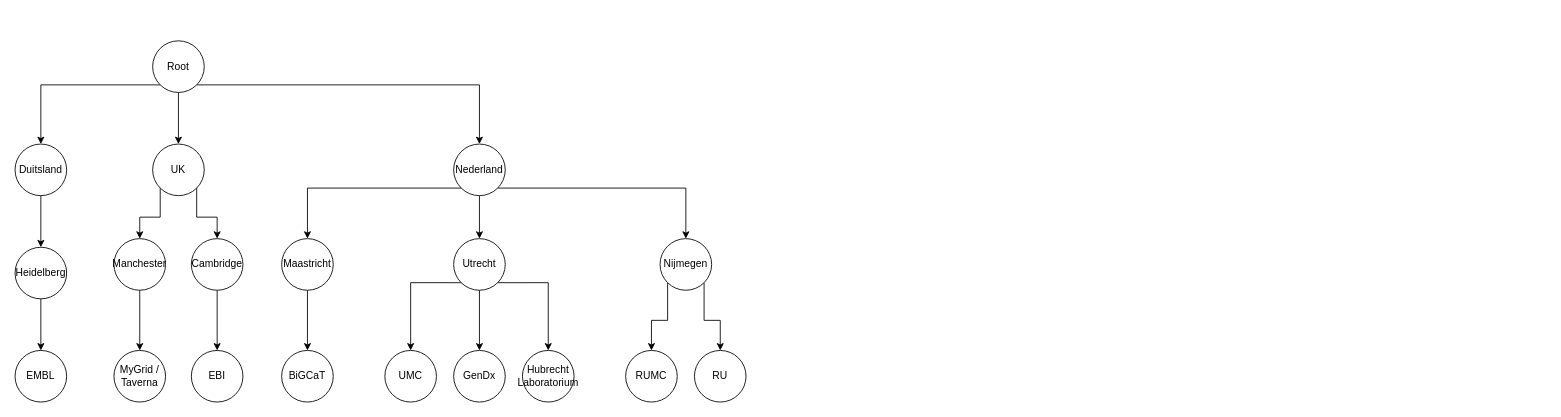
Above: Untitled Diagram.drawio in BramUt-Afvinkopdrachten/Blok6-Afvinkopdracht4 (draw.io), before the change. Source tidied: cells renumbered, new cells numbered last; positions are measured from the earlier drawing's top-left corner, leaving out a move shared by most shapes. Both pictures are drawn from the tidied source at 86%, with x=0, y=0 at pixel (15, 40).
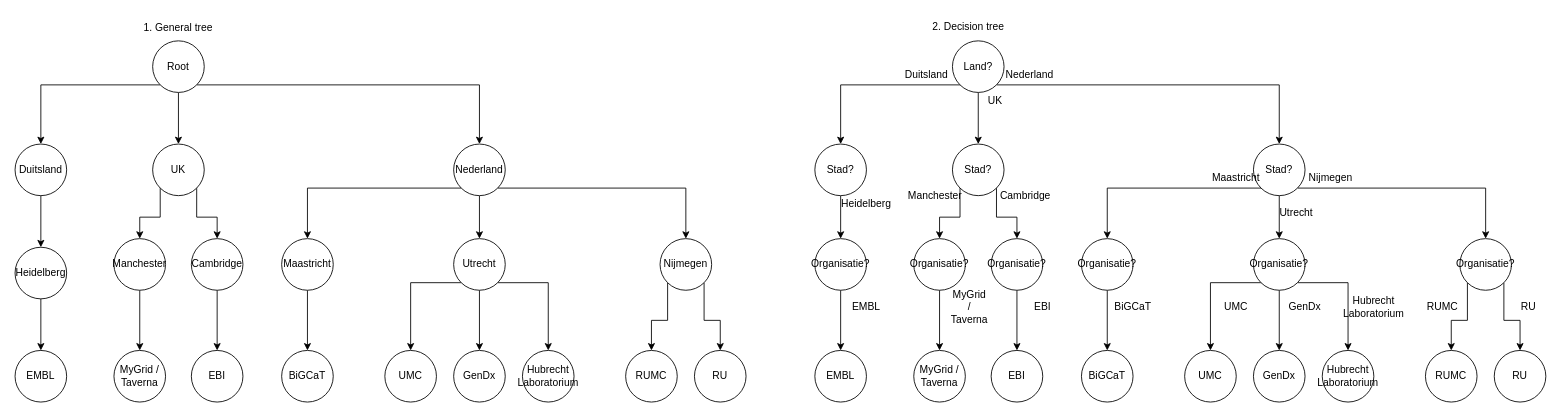
The same page after the edit.

What changed in the source:
```diff
@@
+    <mxCell id="39" style="edgeStyle=orthogonalEdgeStyle;rounded=0;jettySize=auto;html=1;exitX=1;exitY=1;exitDx=0;exitDy=0;" parent="1" edge="1" source="42" target="46">
+      <mxGeometry relative="1" as="geometry" />
+    </mxCell>
+    <mxCell id="40" style="edgeStyle=orthogonalEdgeStyle;rounded=0;jettySize=auto;html=1;exitX=0.5;exitY=1;exitDx=0;exitDy=0;entryX=0.5;entryY=0;entryDx=0;entryDy=0;" parent="1" edge="1" source="42" target="54">
+      <mxGeometry relative="1" as="geometry" />
+    </mxCell>
+    <mxCell id="41" style="edgeStyle=orthogonalEdgeStyle;rounded=0;jettySize=auto;html=1;exitX=0;exitY=1;exitDx=0;exitDy=0;entryX=0.5;entryY=0;entryDx=0;entryDy=0;" parent="1" edge="1" source="42" target="51">
+      <mxGeometry relative="1" as="geometry" />
+    </mxCell>
+    <mxCell id="42" value="Land?" style="ellipse;whiteSpace=wrap;html=1;" parent="1" vertex="1">
+      <mxGeometry x="1090" width="60" height="60" as="geometry" />
+    </mxCell>
+    <mxCell id="43" style="edgeStyle=orthogonalEdgeStyle;rounded=0;jettySize=auto;html=1;exitX=0;exitY=1;exitDx=0;exitDy=0;entryX=0.5;entryY=0;entryDx=0;entryDy=0;" parent="1" edge="1" source="46" target="58">
+      <mxGeometry relative="1" as="geometry" />
+    </mxCell>
+    <mxCell id="44" style="edgeStyle=orthogonalEdgeStyle;rounded=0;jettySize=auto;html=1;exitX=0.5;exitY=1;exitDx=0;exitDy=0;entryX=0.5;entryY=0;entryDx=0;entryDy=0;" parent="1" edge="1" source="46" target="62">
+      <mxGeometry relative="1" as="geometry" />
+    </mxCell>
+    <mxCell id="45" style="edgeStyle=orthogonalEdgeStyle;rounded=0;jettySize=auto;html=1;exitX=1;exitY=1;exitDx=0;exitDy=0;entryX=0.5;entryY=0;entryDx=0;entryDy=0;" parent="1" edge="1" source="46" target="49">
+      <mxGeometry relative="1" as="geometry" />
+    </mxCell>
+    <mxCell id="46" value="Stad?" style="ellipse;whiteSpace=wrap;html=1;" parent="1" vertex="1">
+      <mxGeometry x="1440" y="120" width="60" height="60" as="geometry" />
+    </mxCell>
+    <mxCell id="47" style="edgeStyle=orthogonalEdgeStyle;rounded=0;jettySize=auto;html=1;exitX=0;exitY=1;exitDx=0;exitDy=0;entryX=0.5;entryY=0;entryDx=0;entryDy=0;" parent="1" edge="1" source="49" target="71">
+      <mxGeometry relative="1" as="geometry" />
+    </mxCell>
+    <mxCell id="48" style="edgeStyle=orthogonalEdgeStyle;rounded=0;jettySize=auto;html=1;exitX=1;exitY=1;exitDx=0;exitDy=0;" parent="1" edge="1" source="49" target="72">
+      <mxGeometry relative="1" as="geometry" />
+    </mxCell>
+    <mxCell id="49" value="Organisatie?" style="ellipse;whiteSpace=wrap;html=1;" parent="1" vertex="1">
+      <mxGeometry x="1680" y="230" width="60" height="60" as="geometry" />
+    </mxCell>
+    <mxCell id="50" style="edgeStyle=orthogonalEdgeStyle;rounded=0;jettySize=auto;html=1;exitX=0.5;exitY=1;exitDx=0;exitDy=0;entryX=0.5;entryY=0;entryDx=0;entryDy=0;" parent="1" edge="1" source="51" target="66">
+      <mxGeometry relative="1" as="geometry" />
+    </mxCell>
+    <mxCell id="51" value="Stad?" style="ellipse;whiteSpace=wrap;html=1;" parent="1" vertex="1">
+      <mxGeometry x="930" y="120" width="60" height="60" as="geometry" />
+    </mxCell>
+    <mxCell id="52" style="edgeStyle=orthogonalEdgeStyle;rounded=0;jettySize=auto;html=1;exitX=0;exitY=1;exitDx=0;exitDy=0;entryX=0.5;entryY=0;entryDx=0;entryDy=0;" parent="1" edge="1" source="54" target="64">
+      <mxGeometry relative="1" as="geometry" />
+    </mxCell>
+    <mxCell id="53" style="edgeStyle=orthogonalEdgeStyle;rounded=0;jettySize=auto;html=1;exitX=1;exitY=1;exitDx=0;exitDy=0;" parent="1" edge="1" source="54" target="56">
+      <mxGeometry relative="1" as="geometry" />
+    </mxCell>
+    <mxCell id="54" value="Stad?" style="ellipse;whiteSpace=wrap;html=1;" parent="1" vertex="1">
+      <mxGeometry x="1090" y="120" width="60" height="60" as="geometry" />
+    </mxCell>
+    <mxCell id="55" style="edgeStyle=orthogonalEdgeStyle;rounded=0;jettySize=auto;html=1;exitX=0.5;exitY=1;exitDx=0;exitDy=0;" parent="1" edge="1" source="56" target="75">
+      <mxGeometry relative="1" as="geometry" />
+    </mxCell>
+    <mxCell id="56" value="Organisatie?" style="ellipse;whiteSpace=wrap;html=1;" parent="1" vertex="1">
+      <mxGeometry x="1135" y="230" width="60" height="60" as="geometry" />
+    </mxCell>
+    <mxCell id="57" style="edgeStyle=orthogonalEdgeStyle;rounded=0;jettySize=auto;html=1;exitX=0.5;exitY=1;exitDx=0;exitDy=0;entryX=0.5;entryY=0;entryDx=0;entryDy=0;" parent="1" edge="1" source="58" target="73">
+      <mxGeometry relative="1" as="geometry" />
+    </mxCell>
+    <mxCell id="58" value="Organisatie?" style="ellipse;whiteSpace=wrap;html=1;" parent="1" vertex="1">
+      <mxGeometry x="1240" y="230" width="60" height="60" as="geometry" />
+    </mxCell>
+    <mxCell id="59" style="edgeStyle=orthogonalEdgeStyle;rounded=0;jettySize=auto;html=1;exitX=1;exitY=1;exitDx=0;exitDy=0;" parent="1" edge="1" source="62" target="70">
+      <mxGeometry relative="1" as="geometry" />
+    </mxCell>
+    <mxCell id="60" style="edgeStyle=orthogonalEdgeStyle;rounded=0;jettySize=auto;html=1;exitX=0.5;exitY=1;exitDx=0;exitDy=0;entryX=0.5;entryY=0;entryDx=0;entryDy=0;" parent="1" edge="1" source="62" target="69">
+      <mxGeometry relative="1" as="geometry" />
+    </mxCell>
+    <mxCell id="61" style="edgeStyle=orthogonalEdgeStyle;rounded=0;jettySize=auto;html=1;exitX=0;exitY=1;exitDx=0;exitDy=0;entryX=0.5;entryY=0;entryDx=0;entryDy=0;" parent="1" edge="1" source="62" target="68">
+      <mxGeometry relative="1" as="geometry" />
+    </mxCell>
+    <mxCell id="62" value="Organisatie?" style="ellipse;whiteSpace=wrap;html=1;" parent="1" vertex="1">
+      <mxGeometry x="1440" y="230" width="60" height="60" as="geometry" />
+    </mxCell>
+    <mxCell id="63" style="edgeStyle=orthogonalEdgeStyle;rounded=0;jettySize=auto;html=1;entryX=0.5;entryY=0;entryDx=0;entryDy=0;" parent="1" edge="1" source="64" target="74">
+      <mxGeometry relative="1" as="geometry" />
+    </mxCell>
+    <mxCell id="64" value="Organisatie?" style="ellipse;whiteSpace=wrap;html=1;" parent="1" vertex="1">
+      <mxGeometry x="1045" y="230" width="60" height="60" as="geometry" />
+    </mxCell>
+    <mxCell id="65" style="edgeStyle=orthogonalEdgeStyle;rounded=0;jettySize=auto;html=1;exitX=0.5;exitY=1;exitDx=0;exitDy=0;entryX=0.5;entryY=0;entryDx=0;entryDy=0;" parent="1" edge="1" source="66" target="67">
+      <mxGeometry relative="1" as="geometry" />
+    </mxCell>
+    <mxCell id="66" value="Organisatie?" style="ellipse;whiteSpace=wrap;html=1;" parent="1" vertex="1">
+      <mxGeometry x="930" y="230" width="60" height="60" as="geometry" />
+    </mxCell>
+    <mxCell id="67" value="EMBL" style="ellipse;whiteSpace=wrap;html=1;" parent="1" vertex="1">
+      <mxGeometry x="930" y="360" width="60" height="60" as="geometry" />
+    </mxCell>
+    <mxCell id="68" value="UMC" style="ellipse;whiteSpace=wrap;html=1;" parent="1" vertex="1">
+      <mxGeometry x="1360" y="360" width="60" height="60" as="geometry" />
+    </mxCell>
+    <mxCell id="69" value="GenDx" style="ellipse;whiteSpace=wrap;html=1;" parent="1" vertex="1">
+      <mxGeometry x="1440" y="360" width="60" height="60" as="geometry" />
+    </mxCell>
+    <mxCell id="70" value="Hubrecht Laboratorium" style="ellipse;whiteSpace=wrap;html=1;" parent="1" vertex="1">
+      <mxGeometry x="1520" y="360" width="60" height="60" as="geometry" />
+    </mxCell>
+    <mxCell id="71" value="RUMC" style="ellipse;whiteSpace=wrap;html=1;" parent="1" vertex="1">
+      <mxGeometry x="1640" y="360" width="60" height="60" as="geometry" />
+    </mxCell>
+    <mxCell id="72" value="RU" style="ellipse;whiteSpace=wrap;html=1;" parent="1" vertex="1">
+      <mxGeometry x="1720" y="360" width="60" height="60" as="geometry" />
+    </mxCell>
+    <mxCell id="73" value="BiGCaT" style="ellipse;whiteSpace=wrap;html=1;" parent="1" vertex="1">
+      <mxGeometry x="1240" y="360" width="60" height="60" as="geometry" />
+    </mxCell>
+    <mxCell id="74" value="MyGrid / Taverna" style="ellipse;whiteSpace=wrap;html=1;" parent="1" vertex="1">
+      <mxGeometry x="1045" y="360" width="60" height="60" as="geometry" />
+    </mxCell>
+    <mxCell id="75" value="EBI" style="ellipse;whiteSpace=wrap;html=1;" parent="1" vertex="1">
+      <mxGeometry x="1135" y="360" width="60" height="60" as="geometry" />
+    </mxCell>
+    <mxCell id="76" value="2. Decision tree" style="text;whiteSpace=wrap;html=1;" parent="1" vertex="1">
+      <mxGeometry x="1065" y="-30" width="110" height="30" as="geometry" />
+    </mxCell>
+    <mxCell id="77" value="1. General tree" style="text;html=1;strokeColor=none;fillColor=none;align=center;verticalAlign=middle;whiteSpace=wrap;rounded=0;" parent="1" vertex="1">
+      <mxGeometry x="115" y="-25" width="150" height="20" as="geometry" />
+    </mxCell>
+    <mxCell id="78" value="Duitsland" style="text;html=1;strokeColor=none;fillColor=none;align=center;verticalAlign=middle;whiteSpace=wrap;rounded=0;" parent="1" vertex="1">
+      <mxGeometry x="1040" y="30" width="40" height="20" as="geometry" />
+    </mxCell>
+    <mxCell id="79" value="UK" style="text;html=1;strokeColor=none;fillColor=none;align=center;verticalAlign=middle;whiteSpace=wrap;rounded=0;" parent="1" vertex="1">
+      <mxGeometry x="1120" y="60" width="40" height="20" as="geometry" />
+    </mxCell>
+    <mxCell id="80" value="Nederland" style="text;html=1;strokeColor=none;fillColor=none;align=center;verticalAlign=middle;whiteSpace=wrap;rounded=0;" parent="1" vertex="1">
+      <mxGeometry x="1160" y="30" width="40" height="20" as="geometry" />
+    </mxCell>
+    <mxCell id="81" value="Heidelberg" style="text;html=1;strokeColor=none;fillColor=none;align=center;verticalAlign=middle;whiteSpace=wrap;rounded=0;" parent="1" vertex="1">
+      <mxGeometry x="970" y="180" width="40" height="20" as="geometry" />
+    </mxCell>
+    <mxCell id="82" value="Cambridge" style="text;html=1;strokeColor=none;fillColor=none;align=center;verticalAlign=middle;whiteSpace=wrap;rounded=0;" parent="1" vertex="1">
+      <mxGeometry x="1155" y="170" width="40" height="20" as="geometry" />
+    </mxCell>
+    <mxCell id="83" value="Manchester" style="text;html=1;strokeColor=none;fillColor=none;align=center;verticalAlign=middle;whiteSpace=wrap;rounded=0;" parent="1" vertex="1">
+      <mxGeometry x="1050" y="170" width="40" height="20" as="geometry" />
+    </mxCell>
+    <mxCell id="84" value="Maastricht" style="text;html=1;strokeColor=none;fillColor=none;align=center;verticalAlign=middle;whiteSpace=wrap;rounded=0;" parent="1" vertex="1">
+      <mxGeometry x="1400" y="150" width="40" height="20" as="geometry" />
+    </mxCell>
+    <mxCell id="85" value="Nijmegen" style="text;html=1;strokeColor=none;fillColor=none;align=center;verticalAlign=middle;whiteSpace=wrap;rounded=0;" parent="1" vertex="1">
+      <mxGeometry x="1510" y="150" width="40" height="20" as="geometry" />
+    </mxCell>
+    <mxCell id="86" value="Utrecht" style="text;html=1;strokeColor=none;fillColor=none;align=center;verticalAlign=middle;whiteSpace=wrap;rounded=0;" parent="1" vertex="1">
+      <mxGeometry x="1470" y="190" width="40" height="20" as="geometry" />
+    </mxCell>
+    <mxCell id="87" value="EMBL" style="text;html=1;strokeColor=none;fillColor=none;align=center;verticalAlign=middle;whiteSpace=wrap;rounded=0;" parent="1" vertex="1">
+      <mxGeometry x="970" y="300" width="40" height="20" as="geometry" />
+    </mxCell>
+    <mxCell id="88" value="MyGrid / Taverna" style="text;html=1;strokeColor=none;fillColor=none;align=center;verticalAlign=middle;whiteSpace=wrap;rounded=0;" parent="1" vertex="1">
+      <mxGeometry x="1090" y="300" width="40" height="20" as="geometry" />
+    </mxCell>
+    <mxCell id="89" value="EBI" style="text;html=1;strokeColor=none;fillColor=none;align=center;verticalAlign=middle;whiteSpace=wrap;rounded=0;" parent="1" vertex="1">
+      <mxGeometry x="1175" y="300" width="40" height="20" as="geometry" />
+    </mxCell>
+    <mxCell id="90" value="BiGCaT" style="text;html=1;strokeColor=none;fillColor=none;align=center;verticalAlign=middle;whiteSpace=wrap;rounded=0;" parent="1" vertex="1">
+      <mxGeometry x="1280" y="300" width="40" height="20" as="geometry" />
+    </mxCell>
+    <mxCell id="91" value="UMC" style="text;html=1;strokeColor=none;fillColor=none;align=center;verticalAlign=middle;whiteSpace=wrap;rounded=0;" parent="1" vertex="1">
+      <mxGeometry x="1400" y="300" width="40" height="20" as="geometry" />
+    </mxCell>
+    <mxCell id="92" value="GenDx" style="text;html=1;strokeColor=none;fillColor=none;align=center;verticalAlign=middle;whiteSpace=wrap;rounded=0;" parent="1" vertex="1">
+      <mxGeometry x="1480" y="300" width="40" height="20" as="geometry" />
+    </mxCell>
+    <mxCell id="93" value="Hubrecht Laboratorium" style="text;html=1;strokeColor=none;fillColor=none;align=center;verticalAlign=middle;whiteSpace=wrap;rounded=0;" parent="1" vertex="1">
+      <mxGeometry x="1560" y="300" width="40" height="20" as="geometry" />
+    </mxCell>
+    <mxCell id="94" value="RUMC" style="text;html=1;strokeColor=none;fillColor=none;align=center;verticalAlign=middle;whiteSpace=wrap;rounded=0;" parent="1" vertex="1">
+      <mxGeometry x="1640" y="300" width="40" height="20" as="geometry" />
+    </mxCell>
+    <mxCell id="95" value="RU" style="text;html=1;strokeColor=none;fillColor=none;align=center;verticalAlign=middle;whiteSpace=wrap;rounded=0;" parent="1" vertex="1">
+      <mxGeometry x="1740" y="300" width="40" height="20" as="geometry" />
+    </mxCell>
```
